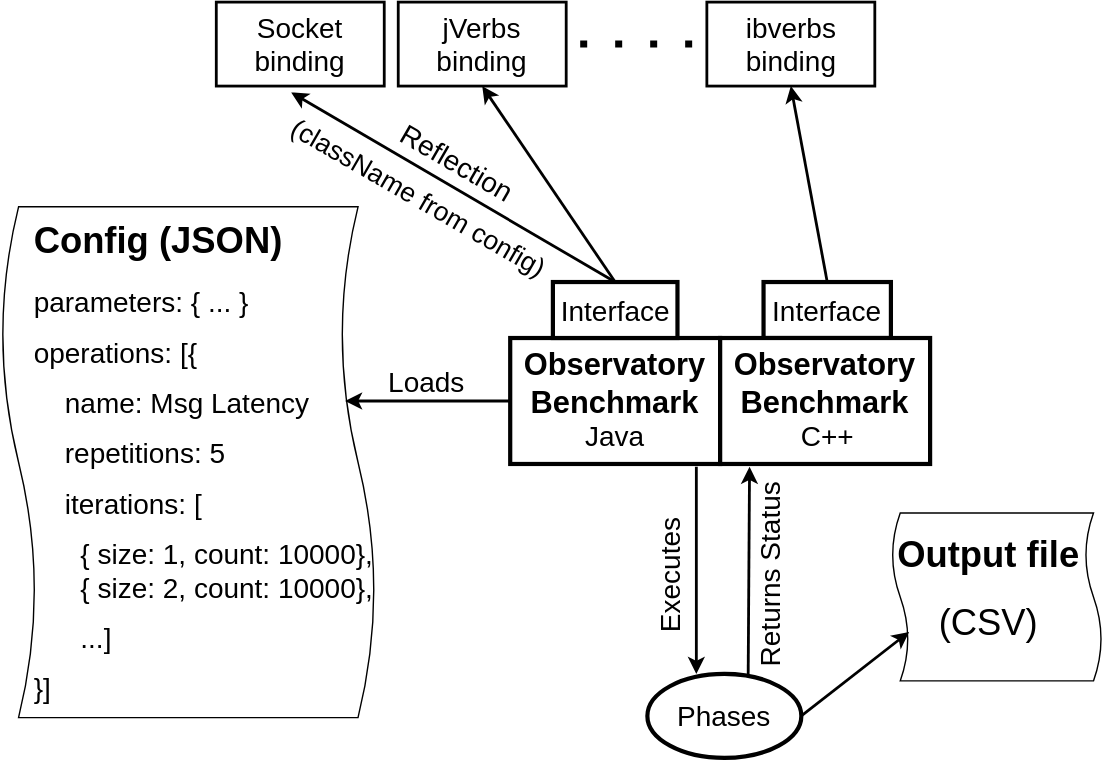
This is res/architecture.svg from hhu-bsinfo/observatory, a draw.io export, as it was before one commit. Source tidied: cells renumbered, new cells last; positions are measured from the earlier drawing's top-left corner, leaving out a move shared by most shapes.
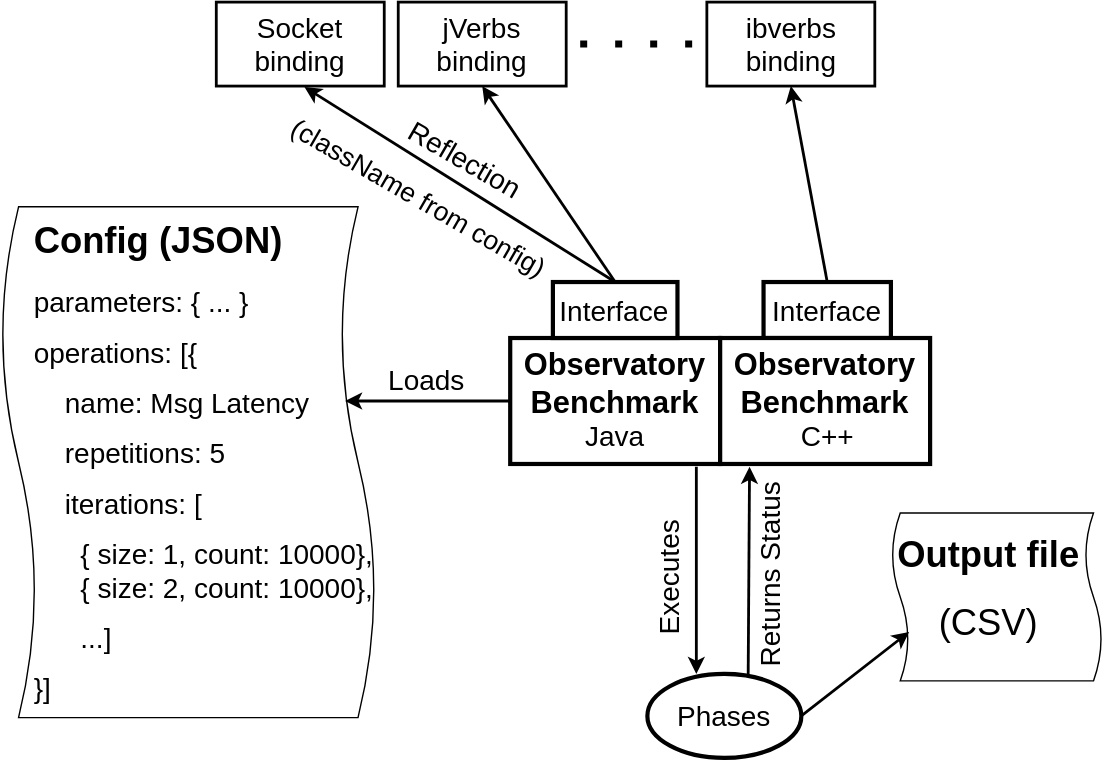
The same diagram one commit later.

Diff of the diagram source:
```diff
@@ -29,7 +29,7 @@
     <mxCell id="9" value="&lt;div style=&quot;font-size: 20px&quot;&gt;&lt;font style=&quot;font-size: 20px&quot;&gt;ibverbs&lt;/font&gt;&lt;/div&gt;&lt;div style=&quot;font-size: 20px&quot;&gt;&lt;font style=&quot;font-size: 20px&quot;&gt;binding&lt;/font&gt;&lt;/div&gt;" style="rounded=0;whiteSpace=wrap;html=1;strokeWidth=2;fontSize=20;" parent="1" vertex="1">
       <mxGeometry x="552.5" width="120" height="60" as="geometry" />
     </mxCell>
-    <mxCell id="10" style="endArrow=classic;html=1;exitX=0.5;exitY=0;exitDx=0;exitDy=0;entryX=0.446;entryY=1.075;entryDx=0;entryDy=0;entryPerimeter=0;fontSize=20;strokeWidth=2;" parent="1" edge="1" source="5" target="7">
+    <mxCell id="10" style="endArrow=classic;html=1;exitX=0.5;exitY=0;exitDx=0;exitDy=0;entryX=0.525;entryY=1.011;entryDx=0;entryDy=0;entryPerimeter=0;fontSize=20;strokeWidth=2;" parent="1" edge="1" source="5" target="7">
       <mxGeometry relative="1" as="geometry" />
     </mxCell>
     <mxCell id="11" value="Reflection" style="text;html=1;align=center;verticalAlign=middle;labelBackgroundColor=#ffffff;fontSize=20;rotation=30;" parent="10" vertex="1">
```
